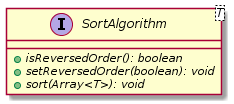
The PlantUML diagram malokhvii-eduard/malokhvii05/doc/plantuml/png/ua.khpi.oop.malokhvii05.common.algorithms.sort.SortAlgorithm.png in P-Kalin/kit26a, before a commit. The source it was exported from:
```plantuml
@startuml

    interface SortAlgorithm<T> {
        {abstract} +isReversedOrder(): boolean
        {abstract} +setReversedOrder(boolean): void
        {abstract} +sort(Array<T>): void
    }

@enduml
```
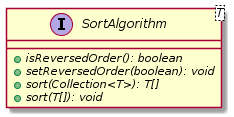
After the commit.

Change to the diagram source:
```diff
@@ -3,7 +3,8 @@
     interface SortAlgorithm<T> {
         {abstract} +isReversedOrder(): boolean
         {abstract} +setReversedOrder(boolean): void
-        {abstract} +sort(Array<T>): void
+        {abstract} +sort(Collection<T>): T[]
+        {abstract} +sort(T[]): void
     }
 
 @enduml
```
